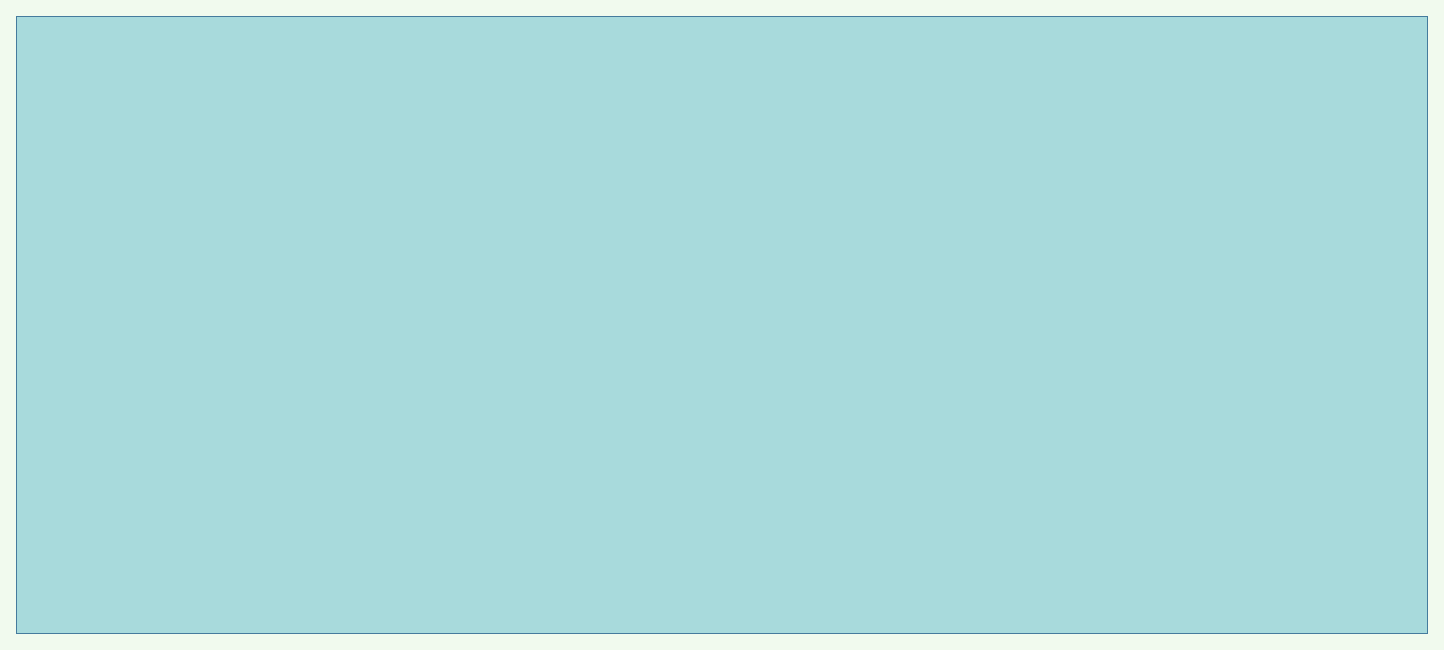
The draw.io diagram Başlıksız Diyagram.drawio in hibrahimates/test1, before the edit. Source tidied: cells renumbered, new cells numbered last; positions are measured from the earlier drawing's top-left corner, leaving out a move shared by most shapes. Both pictures are drawn from the tidied source at 100%, with x=0, y=0 at pixel (16, 16).
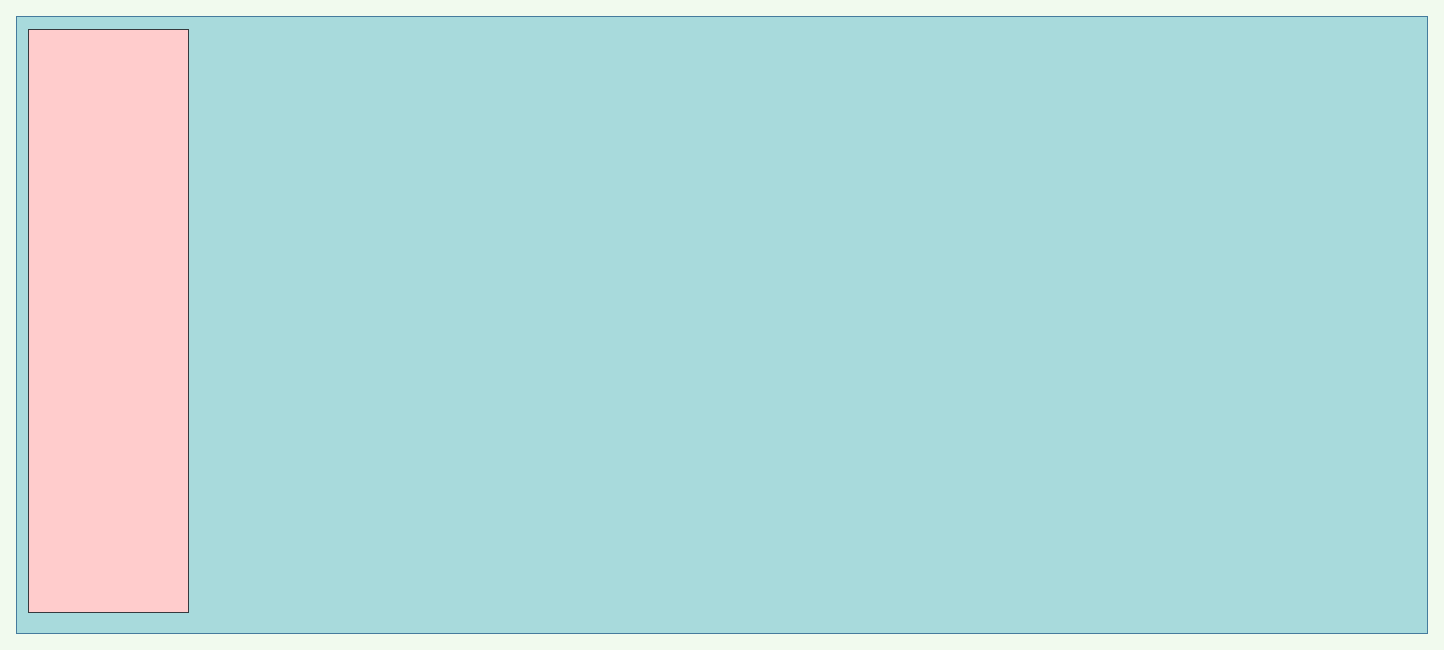
Above is the later version.

Diff of the diagram source:
```diff
@@
 <mxGraphModel background="#F1FAEE">
   <root>
     <mxCell id="0" />
     <mxCell id="1" parent="0" />
     <mxCell id="2" style="rounded=0;whiteSpace=wrap;html=1;hachureGap=4;fillColor=#A8DADC;strokeColor=#457B9D;fontColor=#1D3557;" parent="1" vertex="1">
       <mxGeometry width="1411" height="617" as="geometry" />
     </mxCell>
+    <mxCell id="3" style="rounded=0;whiteSpace=wrap;html=1;hachureGap=4;strokeColor=#36393d;fillColor=#ffcccc;" parent="1" vertex="1">
+      <mxGeometry x="12" y="13" width="160" height="583" as="geometry" />
+    </mxCell>
   </root>
 </mxGraphModel>
```
